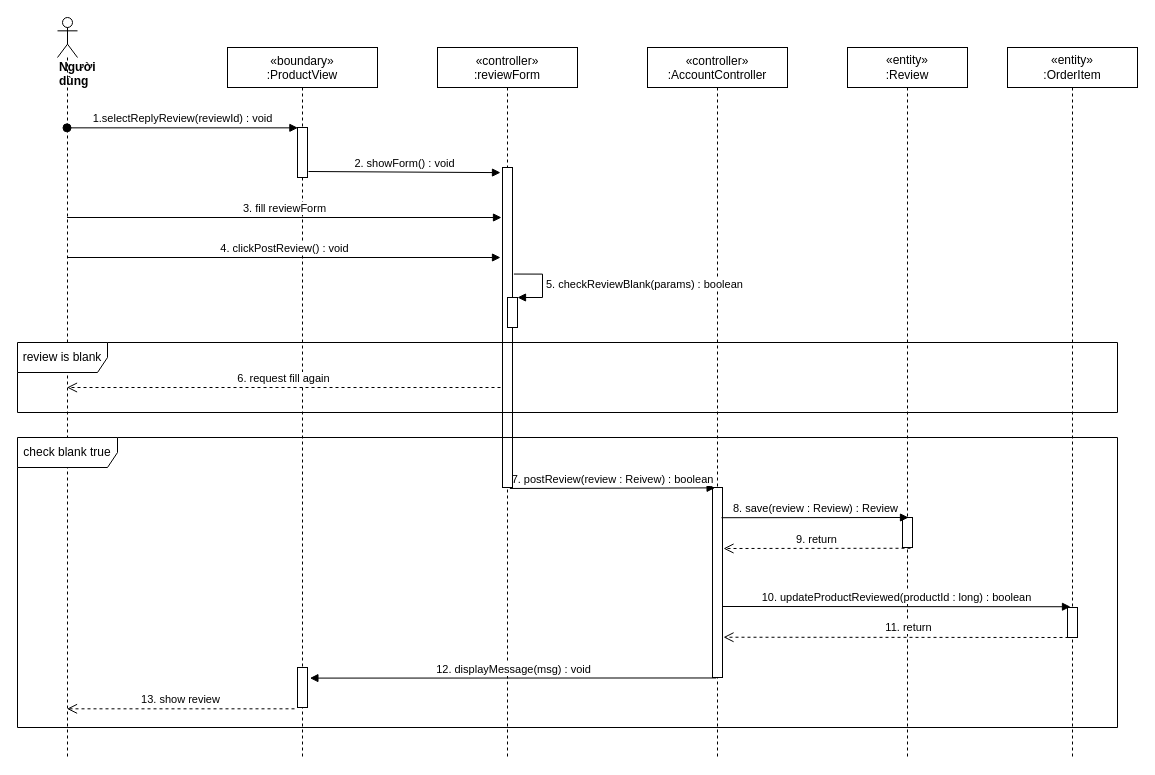
The draw.io diagram sequence diagram/reply-reviews-product-sequence.drawio in nguyenphamvan/datn_20202, before the edit. Source tidied: cells renumbered, new cells numbered last; positions are measured from the earlier drawing's top-left corner, leaving out a move shared by most shapes. Both pictures are drawn from the tidied source at 100%, with x=0, y=0 at pixel (17, 17).
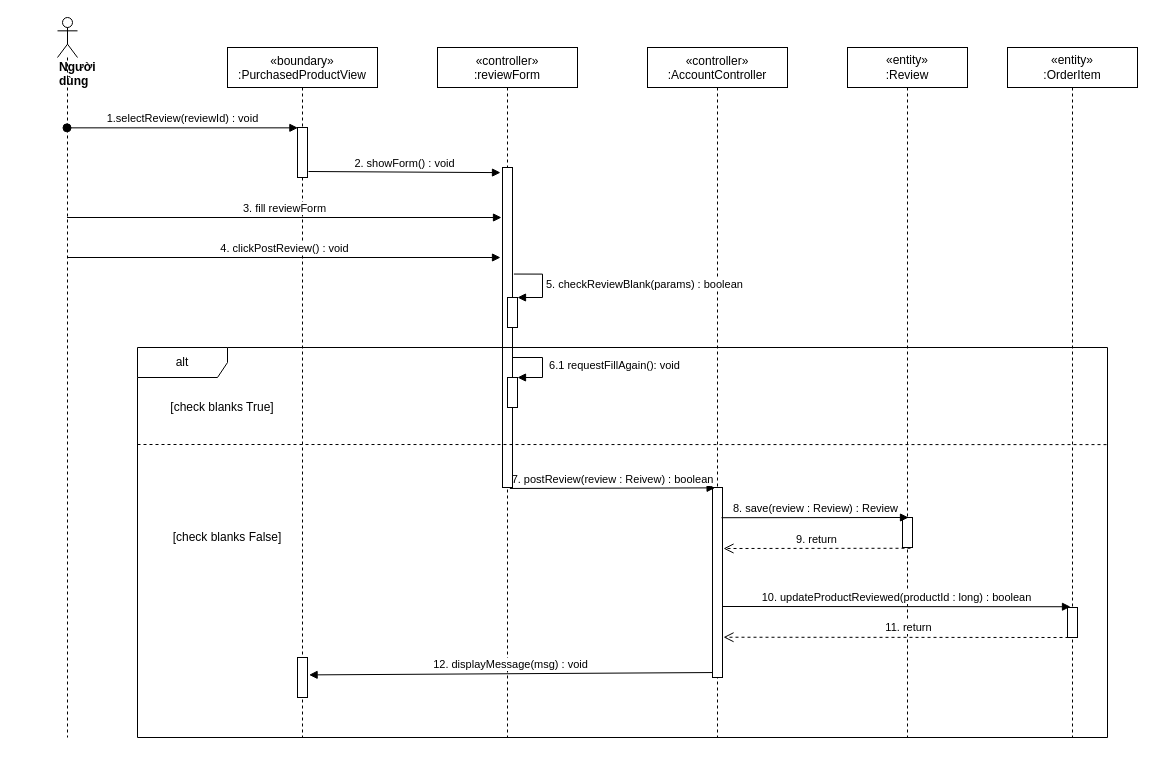
Above is the later version.

The change refers to these unchanged cells:
```xml
<mxCell id="3" style="html=1;points=[];perimeter=orthogonalPerimeter;" parent="2" vertex="1">
  <mxGeometry x="70" y="80" width="10" height="50" as="geometry" />
</mxCell>
<mxCell id="5" style="points=[];perimeter=orthogonalPerimeter;rounded=0;shadow=0;strokeWidth=1;" parent="4" vertex="1">
  <mxGeometry x="65" y="440" width="10" height="190" as="geometry" />
</mxCell>
```

The edit, as a diff of the source:
```diff
@@
-    <mxCell id="2" value="«boundary»&#10;:ProductView" style="shape=umlLifeline;perimeter=lifelinePerimeter;rounded=0;shadow=0;strokeWidth=1;" parent="1" vertex="1">
-      <mxGeometry x="210" y="30" width="150" height="710" as="geometry" />
+    <mxCell id="2" value="«boundary»&#10;:PurchasedProductView" style="shape=umlLifeline;perimeter=lifelinePerimeter;rounded=0;shadow=0;strokeWidth=1;" parent="1" vertex="1">
+      <mxGeometry x="210" y="30" width="150" height="690" as="geometry" />
     </mxCell>
@@
     <mxCell id="4" value="«controller»&#10;:AccountController" style="shape=umlLifeline;perimeter=lifelinePerimeter;rounded=0;shadow=0;strokeWidth=1;size=40;" parent="1" vertex="1">
-      <mxGeometry x="630" y="30" width="140" height="710" as="geometry" />
+      <mxGeometry x="630" y="30" width="140" height="690" as="geometry" />
     </mxCell>
@@
     <mxCell id="6" value="&lt;div&gt;&lt;b&gt;Người dùng&lt;/b&gt;&lt;/div&gt;" style="shape=umlLifeline;participant=umlActor;perimeter=lifelinePerimeter;whiteSpace=wrap;html=1;verticalAlign=top;spacingTop=36;outlineConnect=0;align=left;" parent="1" vertex="1">
-      <mxGeometry x="40" width="20" height="740" as="geometry" />
+      <mxGeometry x="40" width="20" height="720" as="geometry" />
     </mxCell>
-    <mxCell id="7" value="1.selectReplyReview(reviewId) : void" style="html=1;verticalAlign=bottom;startArrow=oval;startFill=1;endArrow=block;startSize=8;entryX=0.04;entryY=0.007;entryDx=0;entryDy=0;entryPerimeter=0;" parent="1" edge="1" source="6" target="3">
+    <mxCell id="7" value="1.selectReview(reviewId) : void" style="html=1;verticalAlign=bottom;startArrow=oval;startFill=1;endArrow=block;startSize=8;entryX=0.04;entryY=0.007;entryDx=0;entryDy=0;entryPerimeter=0;" parent="1" edge="1" source="6" target="3">
       <mxGeometry relative="1" as="geometry" />
     </mxCell>
     <mxCell id="8" value="&lt;span&gt;«entity»&lt;br&gt;&lt;/span&gt;:Review" style="shape=umlLifeline;perimeter=lifelinePerimeter;whiteSpace=wrap;html=1;" parent="1" vertex="1">
-      <mxGeometry x="830" y="30" width="120" height="710" as="geometry" />
+      <mxGeometry x="830" y="30" width="120" height="690" as="geometry" />
     </mxCell>
@@
     <mxCell id="15" value="&lt;span&gt;«entity»&lt;br&gt;&lt;/span&gt;:OrderItem" style="shape=umlLifeline;perimeter=lifelinePerimeter;whiteSpace=wrap;html=1;" parent="1" vertex="1">
-      <mxGeometry x="990" y="30" width="130" height="710" as="geometry" />
+      <mxGeometry x="990" y="30" width="130" height="690" as="geometry" />
     </mxCell>
@@
     <mxCell id="19" value="«controller»&#10;:reviewForm" style="shape=umlLifeline;perimeter=lifelinePerimeter;rounded=0;shadow=0;strokeWidth=1;size=40;" parent="1" vertex="1">
-      <mxGeometry x="420" y="30" width="140" height="710" as="geometry" />
+      <mxGeometry x="420" y="30" width="140" height="690" as="geometry" />
     </mxCell>
@@
-    <mxCell id="24" value="6. request fill again" style="html=1;verticalAlign=bottom;endArrow=open;dashed=1;endSize=8;" parent="1" edge="1" target="6">
-      <mxGeometry relative="1" as="geometry">
-        <mxPoint x="483" y="370" as="sourcePoint" />
-      </mxGeometry>
-    </mxCell>
-    <mxCell id="25" value="review is blank" style="shape=umlFrame;whiteSpace=wrap;html=1;width=90;height=30;" parent="1" vertex="1">
-      <mxGeometry y="325" width="1100" height="70" as="geometry" />
+    <mxCell id="25" value="alt" style="shape=umlFrame;whiteSpace=wrap;html=1;width=90;height=30;" parent="1" vertex="1">
+      <mxGeometry x="120" y="330" width="970" height="390" as="geometry" />
     </mxCell>
-    <mxCell id="26" value="&lt;font face=&quot;helvetica&quot;&gt;13. show review&lt;/font&gt;" style="html=1;verticalAlign=bottom;endArrow=open;dashed=1;endSize=8;exitX=-0.3;exitY=1.033;exitDx=0;exitDy=0;exitPerimeter=0;" parent="1" edge="1" source="27" target="6">
-      <mxGeometry relative="1" as="geometry" />
-    </mxCell>
     <mxCell id="27" style="html=1;points=[];perimeter=orthogonalPerimeter;" parent="1" vertex="1">
-      <mxGeometry x="280" y="650" width="10" height="40" as="geometry" />
+      <mxGeometry x="280" y="640" width="10" height="40" as="geometry" />
     </mxCell>
-    <mxCell id="28" value="check blank true" style="shape=umlFrame;whiteSpace=wrap;html=1;width=100;height=30;" parent="1" vertex="1">
-      <mxGeometry y="420" width="1100" height="290" as="geometry" />
-    </mxCell>
-    <mxCell id="29" value="&lt;span style=&quot;font-family: &amp;#34;helvetica&amp;#34;&quot;&gt;12. displayMessage(msg) : void&lt;/span&gt;" style="html=1;verticalAlign=bottom;endArrow=block;exitX=0.491;exitY=0.888;exitDx=0;exitDy=0;exitPerimeter=0;entryX=1.24;entryY=0.265;entryDx=0;entryDy=0;entryPerimeter=0;" parent="1" edge="1" source="4" target="27">
+    <mxCell id="29" value="&lt;span style=&quot;font-family: &amp;#34;helvetica&amp;#34;&quot;&gt;12. displayMessage(msg) : void&lt;/span&gt;" style="html=1;verticalAlign=bottom;endArrow=block;exitX=-0.02;exitY=0.974;exitDx=0;exitDy=0;exitPerimeter=0;entryX=1.16;entryY=0.435;entryDx=0;entryDy=0;entryPerimeter=0;" parent="1" edge="1" source="5" target="27">
       <mxGeometry relative="1" as="geometry" />
     </mxCell>
+    <mxCell id="30" style="html=1;points=[];perimeter=orthogonalPerimeter;" parent="1" vertex="1">
+      <mxGeometry x="490" y="360" width="10" height="30" as="geometry" />
+    </mxCell>
+    <mxCell id="31" value="&amp;nbsp;6.1 requestFillAgain(): void" style="edgeStyle=orthogonalEdgeStyle;html=1;align=left;spacingLeft=2;endArrow=block;rounded=0;entryX=1;entryY=0;" parent="1" edge="1" target="30">
+      <mxGeometry relative="1" as="geometry">
+        <mxPoint x="495" y="340" as="sourcePoint" />
+        <Array as="points">
+          <mxPoint x="525" y="340" />
+        </Array>
+      </mxGeometry>
+    </mxCell>
+    <mxCell id="32" style="endArrow=none;dashed=1;html=1;entryX=0.999;entryY=0.249;entryDx=0;entryDy=0;entryPerimeter=0;" parent="1" edge="1" target="25">
+      <mxGeometry relative="1" as="geometry">
+        <mxPoint x="120" y="427" as="sourcePoint" />
+      </mxGeometry>
+    </mxCell>
+    <mxCell id="33" value="[check blanks True]" style="text;html=1;strokeColor=none;fillColor=none;align=center;verticalAlign=middle;whiteSpace=wrap;rounded=0;" parent="1" vertex="1">
+      <mxGeometry x="150" y="380" width="110" height="20" as="geometry" />
+    </mxCell>
+    <mxCell id="34" value="[check blanks False]" style="text;html=1;strokeColor=none;fillColor=none;align=center;verticalAlign=middle;whiteSpace=wrap;rounded=0;" parent="1" vertex="1">
+      <mxGeometry x="150" y="510" width="120" height="20" as="geometry" />
+    </mxCell>
```
